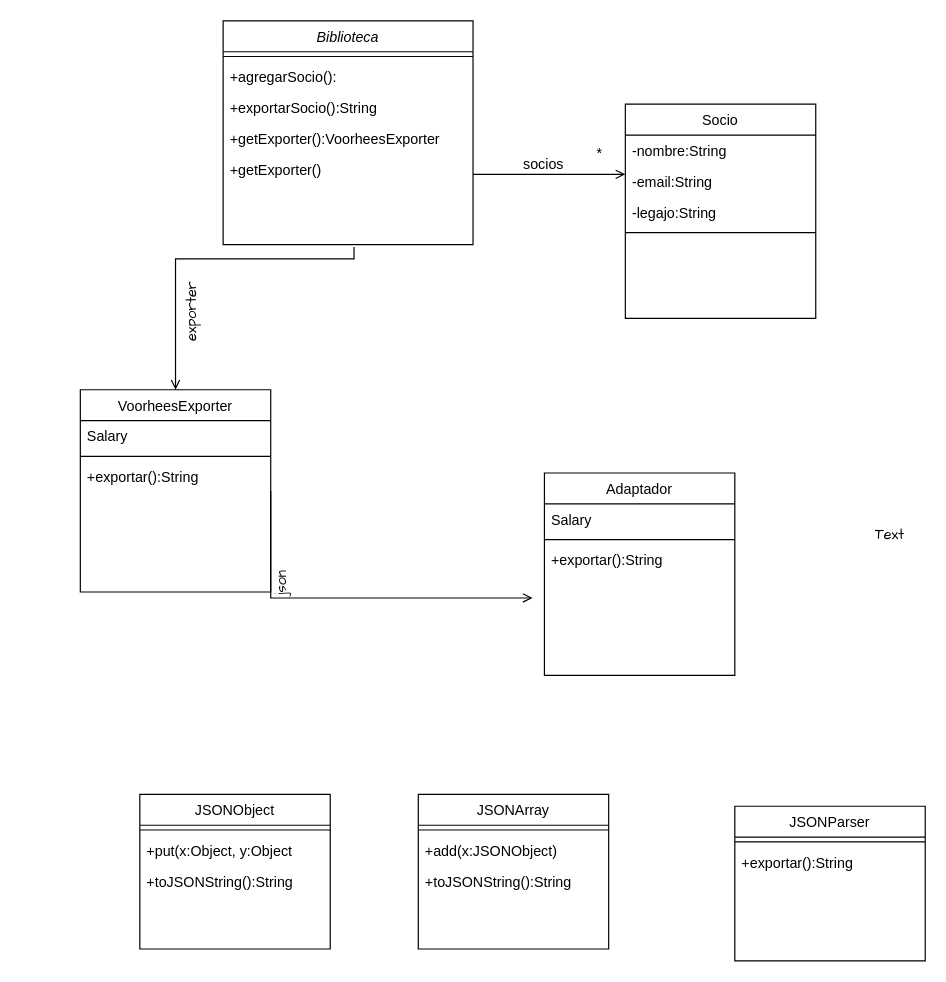
Before: practica/ejercicio3b.drawio in AyrtonFabrizioAlvarez/OO2, a draw.io diagram. Source tidied: cells renumbered, new cells numbered last; positions are measured from the earlier drawing's top-left corner, leaving out a move shared by most shapes. Both pictures are drawn from the tidied source at 119%, with x=0, y=0 at pixel (80, 20).
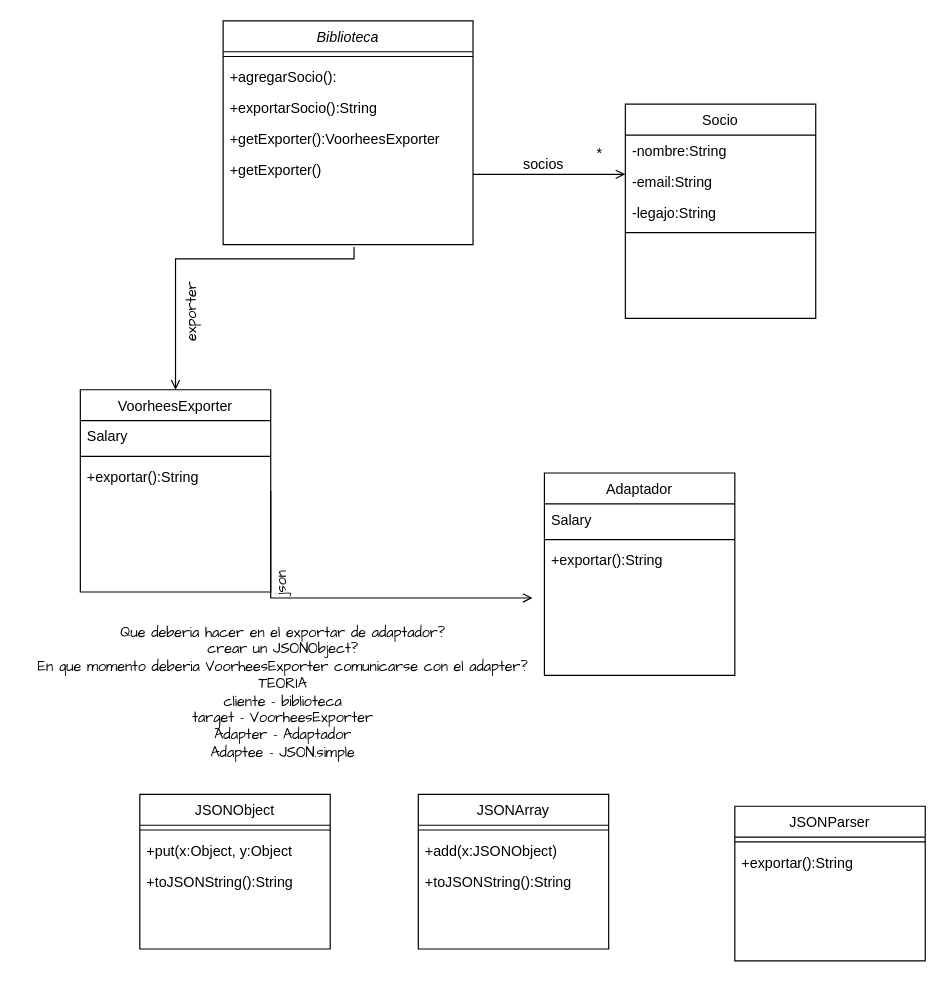
The same diagram, later.

Commit message:
uml ejercicio3b

What changed in the source:
```diff
@@
-    <mxCell id="42" value="Text" style="text;html=1;align=center;verticalAlign=middle;strokeColor=none;fillColor=none;fontFamily=Architects Daughter;" parent="1" vertex="1">
-      <mxGeometry x="655" y="418" width="50" height="30" as="geometry" />
+    <mxCell id="42" value="Que deberia hacer en el exportar de adaptador?&lt;div&gt;crear un JSONObject?&lt;/div&gt;&lt;div&gt;En que momento deberia VoorheesExporter comunicarse con el adapter?&lt;/div&gt;&lt;div&gt;TEORIA&lt;br&gt;cliente - biblioteca&lt;br&gt;target - VoorheesExporter&lt;br&gt;Adapter - Adaptador&lt;br&gt;Adaptee - JSON.simple&lt;/div&gt;" style="text;html=1;align=center;verticalAlign=middle;strokeColor=none;fillColor=none;fontFamily=Architects Daughter;" parent="1" vertex="1">
+      <mxGeometry x="-50" y="500" width="440" height="130" as="geometry" />
     </mxCell>
```
